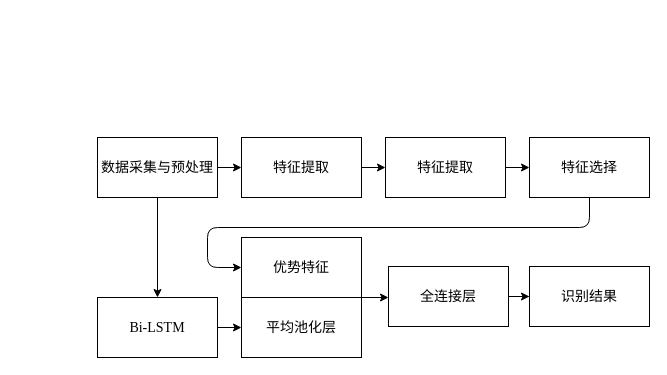
Before: activity_recognition_流程图.drawio in ByronGe/ff, a draw.io diagram. Source tidied: cells renumbered, new cells numbered last; positions are measured from the earlier drawing's top-left corner, leaving out a move shared by most shapes. Both pictures are drawn from the tidied source at 100%, with x=0, y=0 at pixel (97, 137).
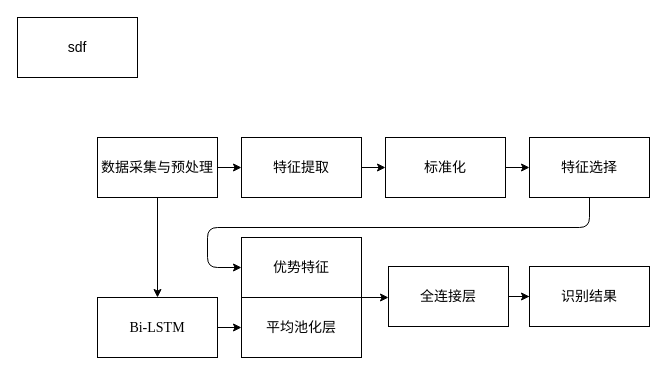
Above is the later version.

Diff of the diagram source:
```diff
@@
-    <mxCell id="15" value="特征提取" style="rounded=0;whiteSpace=wrap;html=1;fontFamily=Helvetica;fontSize=14;" parent="1" vertex="1">
+    <mxCell id="15" value="标准化" style="rounded=0;whiteSpace=wrap;html=1;fontFamily=Helvetica;fontSize=14;" parent="1" vertex="1">
       <mxGeometry x="288" width="120" height="60" as="geometry" />
     </mxCell>
@@
+    <mxCell id="19" value="sdf" style="rounded=0;whiteSpace=wrap;html=1;fontFamily=Helvetica;fontSize=14;" parent="1" vertex="1">
+      <mxGeometry x="-80" y="-120" width="120" height="60" as="geometry" />
+    </mxCell>
```
